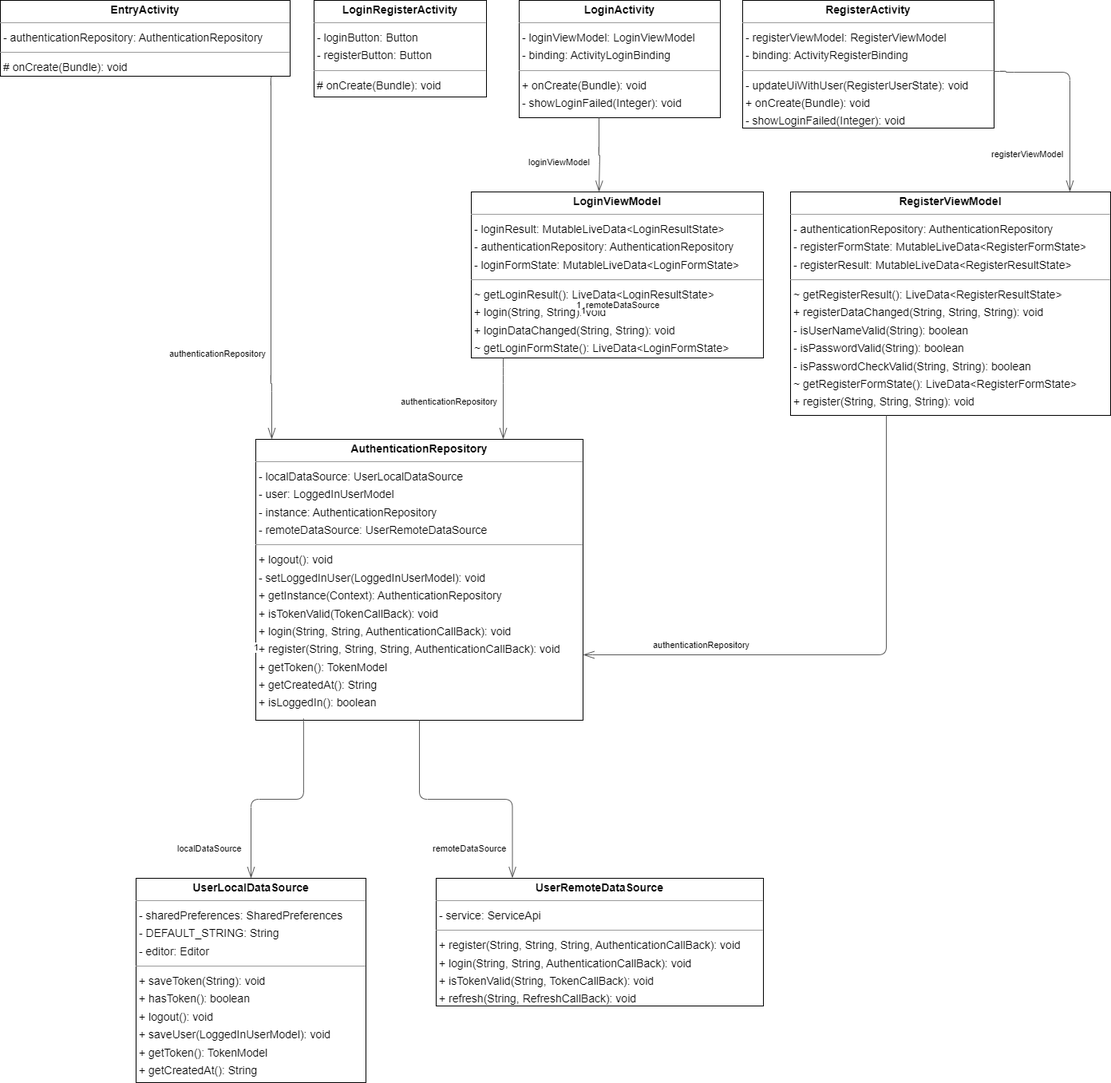
snuhcs-course/swpp-2023-project-team-18 keeps this draw.io diagram as docs/images/LoginRegisterView (4).drawio.png. Above is the earlier version. Source tidied: cells renumbered, new cells last; positions are measured from the earlier drawing's top-left corner, leaving out a move shared by most shapes. The source it was exported from:
```xml
<mxGraphModel>
  <root>
    <mxCell id="0" />
    <mxCell id="1" parent="0" />
    <mxCell id="2" value="&lt;p style=&quot;margin:0px;margin-top:4px;text-align:center;&quot;&gt;&lt;b&gt;AuthenticationRepository&lt;/b&gt;&lt;/p&gt;&lt;hr size=&quot;1&quot;/&gt;&lt;p style=&quot;margin:0 0 0 4px;line-height:1.6;&quot;&gt;- localDataSource: UserLocalDataSource&lt;br/&gt;- user: LoggedInUserModel&lt;br/&gt;- instance: AuthenticationRepository&lt;br/&gt;- remoteDataSource: UserRemoteDataSource&lt;/p&gt;&lt;hr size=&quot;1&quot;/&gt;&lt;p style=&quot;margin:0 0 0 4px;line-height:1.6;&quot;&gt;+ logout(): void&lt;br/&gt;- setLoggedInUser(LoggedInUserModel): void&lt;br/&gt;+ getInstance(Context): AuthenticationRepository&lt;br/&gt;+ isTokenValid(TokenCallBack): void&lt;br/&gt;+ login(String, String, AuthenticationCallBack): void&lt;br/&gt;+ register(String, String, String, AuthenticationCallBack): void&lt;br/&gt;+ getToken(): TokenModel&lt;br/&gt;+ getCreatedAt(): String&lt;br/&gt;+ isLoggedIn(): boolean&lt;/p&gt;" style="verticalAlign=top;align=left;overflow=fill;fontSize=14;fontFamily=Helvetica;html=1;rounded=0;shadow=0;comic=0;labelBackgroundColor=none;strokeWidth=1;" parent="1" vertex="1">
      <mxGeometry x="320" y="550" width="410" height="352" as="geometry" />
    </mxCell>
    <mxCell id="3" value="&lt;p style=&quot;margin:0px;margin-top:4px;text-align:center;&quot;&gt;&lt;b&gt;EntryActivity&lt;/b&gt;&lt;/p&gt;&lt;hr size=&quot;1&quot;/&gt;&lt;p style=&quot;margin:0 0 0 4px;line-height:1.6;&quot;&gt;- authenticationRepository: AuthenticationRepository&lt;/p&gt;&lt;hr size=&quot;1&quot;/&gt;&lt;p style=&quot;margin:0 0 0 4px;line-height:1.6;&quot;&gt;# onCreate(Bundle): void&lt;/p&gt;" style="verticalAlign=top;align=left;overflow=fill;fontSize=14;fontFamily=Helvetica;html=1;rounded=0;shadow=0;comic=0;labelBackgroundColor=none;strokeWidth=1;" parent="1" vertex="1">
      <mxGeometry width="363" height="95" as="geometry" />
    </mxCell>
    <mxCell id="4" value="&lt;p style=&quot;margin:0px;margin-top:4px;text-align:center;&quot;&gt;&lt;b&gt;LoginActivity&lt;/b&gt;&lt;/p&gt;&lt;hr size=&quot;1&quot;/&gt;&lt;p style=&quot;margin:0 0 0 4px;line-height:1.6;&quot;&gt;- loginViewModel: LoginViewModel&lt;br/&gt;- binding: ActivityLoginBinding&lt;/p&gt;&lt;hr size=&quot;1&quot;/&gt;&lt;p style=&quot;margin:0 0 0 4px;line-height:1.6;&quot;&gt;+ onCreate(Bundle): void&lt;br/&gt;- showLoginFailed(Integer): void&lt;/p&gt;" style="verticalAlign=top;align=left;overflow=fill;fontSize=14;fontFamily=Helvetica;html=1;rounded=0;shadow=0;comic=0;labelBackgroundColor=none;strokeWidth=1;" parent="1" vertex="1">
      <mxGeometry x="650" width="252" height="147" as="geometry" />
    </mxCell>
    <mxCell id="5" value="&lt;p style=&quot;margin:0px;margin-top:4px;text-align:center;&quot;&gt;&lt;b&gt;LoginRegisterActivity&lt;/b&gt;&lt;/p&gt;&lt;hr size=&quot;1&quot;/&gt;&lt;p style=&quot;margin:0 0 0 4px;line-height:1.6;&quot;&gt;- loginButton: Button&lt;br/&gt;- registerButton: Button&lt;/p&gt;&lt;hr size=&quot;1&quot;/&gt;&lt;p style=&quot;margin:0 0 0 4px;line-height:1.6;&quot;&gt;# onCreate(Bundle): void&lt;/p&gt;" style="verticalAlign=top;align=left;overflow=fill;fontSize=14;fontFamily=Helvetica;html=1;rounded=0;shadow=0;comic=0;labelBackgroundColor=none;strokeWidth=1;" parent="1" vertex="1">
      <mxGeometry x="393" width="216" height="121" as="geometry" />
    </mxCell>
    <mxCell id="6" value="&lt;p style=&quot;margin:0px;margin-top:4px;text-align:center;&quot;&gt;&lt;b&gt;LoginViewModel&lt;/b&gt;&lt;/p&gt;&lt;hr size=&quot;1&quot;/&gt;&lt;p style=&quot;margin:0 0 0 4px;line-height:1.6;&quot;&gt;- loginResult: MutableLiveData&amp;lt;LoginResultState&amp;gt;&lt;br/&gt;- authenticationRepository: AuthenticationRepository&lt;br/&gt;- loginFormState: MutableLiveData&amp;lt;LoginFormState&amp;gt;&lt;/p&gt;&lt;hr size=&quot;1&quot;/&gt;&lt;p style=&quot;margin:0 0 0 4px;line-height:1.6;&quot;&gt;~ getLoginResult(): LiveData&amp;lt;LoginResultState&amp;gt;&lt;br/&gt;+ login(String, String): void&lt;br/&gt;+ loginDataChanged(String, String): void&lt;br/&gt;~ getLoginFormState(): LiveData&amp;lt;LoginFormState&amp;gt;&lt;/p&gt;" style="verticalAlign=top;align=left;overflow=fill;fontSize=14;fontFamily=Helvetica;html=1;rounded=0;shadow=0;comic=0;labelBackgroundColor=none;strokeWidth=1;" parent="1" vertex="1">
      <mxGeometry x="590" y="240" width="366" height="208" as="geometry" />
    </mxCell>
    <mxCell id="7" value="&lt;p style=&quot;margin:0px;margin-top:4px;text-align:center;&quot;&gt;&lt;b&gt;RegisterActivity&lt;/b&gt;&lt;/p&gt;&lt;hr size=&quot;1&quot;/&gt;&lt;p style=&quot;margin:0 0 0 4px;line-height:1.6;&quot;&gt;- registerViewModel: RegisterViewModel&lt;br/&gt;- binding: ActivityRegisterBinding&lt;/p&gt;&lt;hr size=&quot;1&quot;/&gt;&lt;p style=&quot;margin:0 0 0 4px;line-height:1.6;&quot;&gt;- updateUiWithUser(RegisterUserState): void&lt;br/&gt;+ onCreate(Bundle): void&lt;br/&gt;- showLoginFailed(Integer): void&lt;/p&gt;" style="verticalAlign=top;align=left;overflow=fill;fontSize=14;fontFamily=Helvetica;html=1;rounded=0;shadow=0;comic=0;labelBackgroundColor=none;strokeWidth=1;" parent="1" vertex="1">
      <mxGeometry x="930" width="315" height="160" as="geometry" />
    </mxCell>
    <mxCell id="8" value="&lt;p style=&quot;margin:0px;margin-top:4px;text-align:center;&quot;&gt;&lt;b&gt;RegisterViewModel&lt;/b&gt;&lt;/p&gt;&lt;hr size=&quot;1&quot;/&gt;&lt;p style=&quot;margin:0 0 0 4px;line-height:1.6;&quot;&gt;- authenticationRepository: AuthenticationRepository&lt;br/&gt;- registerFormState: MutableLiveData&amp;lt;RegisterFormState&amp;gt;&lt;br/&gt;- registerResult: MutableLiveData&amp;lt;RegisterResultState&amp;gt;&lt;/p&gt;&lt;hr size=&quot;1&quot;/&gt;&lt;p style=&quot;margin:0 0 0 4px;line-height:1.6;&quot;&gt;~ getRegisterResult(): LiveData&amp;lt;RegisterResultState&amp;gt;&lt;br/&gt;+ registerDataChanged(String, String, String): void&lt;br/&gt;- isUserNameValid(String): boolean&lt;br/&gt;- isPasswordValid(String): boolean&lt;br/&gt;- isPasswordCheckValid(String, String): boolean&lt;br/&gt;~ getRegisterFormState(): LiveData&amp;lt;RegisterFormState&amp;gt;&lt;br/&gt;+ register(String, String, String): void&lt;/p&gt;" style="verticalAlign=top;align=left;overflow=fill;fontSize=14;fontFamily=Helvetica;html=1;rounded=0;shadow=0;comic=0;labelBackgroundColor=none;strokeWidth=1;" parent="1" vertex="1">
      <mxGeometry x="990" y="240" width="401" height="280" as="geometry" />
    </mxCell>
    <mxCell id="9" value="&lt;p style=&quot;margin:0px;margin-top:4px;text-align:center;&quot;&gt;&lt;b&gt;UserLocalDataSource&lt;/b&gt;&lt;/p&gt;&lt;hr size=&quot;1&quot;/&gt;&lt;p style=&quot;margin:0 0 0 4px;line-height:1.6;&quot;&gt;- sharedPreferences: SharedPreferences&lt;br/&gt;- DEFAULT_STRING: String&lt;br/&gt;- editor: Editor&lt;/p&gt;&lt;hr size=&quot;1&quot;/&gt;&lt;p style=&quot;margin:0 0 0 4px;line-height:1.6;&quot;&gt;+ saveToken(String): void&lt;br/&gt;+ hasToken(): boolean&lt;br/&gt;+ logout(): void&lt;br/&gt;+ saveUser(LoggedInUserModel): void&lt;br/&gt;+ getToken(): TokenModel&lt;br/&gt;+ getCreatedAt(): String&lt;/p&gt;" style="verticalAlign=top;align=left;overflow=fill;fontSize=14;fontFamily=Helvetica;html=1;rounded=0;shadow=0;comic=0;labelBackgroundColor=none;strokeWidth=1;" parent="1" vertex="1">
      <mxGeometry x="170" y="1100" width="288" height="256" as="geometry" />
    </mxCell>
    <mxCell id="10" value="&lt;p style=&quot;margin:0px;margin-top:4px;text-align:center;&quot;&gt;&lt;b&gt;UserRemoteDataSource&lt;/b&gt;&lt;/p&gt;&lt;hr size=&quot;1&quot;/&gt;&lt;p style=&quot;margin:0 0 0 4px;line-height:1.6;&quot;&gt;- service: ServiceApi&lt;/p&gt;&lt;hr size=&quot;1&quot;/&gt;&lt;p style=&quot;margin:0 0 0 4px;line-height:1.6;&quot;&gt;+ register(String, String, String, AuthenticationCallBack): void&lt;br/&gt;+ login(String, String, AuthenticationCallBack): void&lt;br/&gt;+ isTokenValid(String, TokenCallBack): void&lt;br/&gt;+ refresh(String, RefreshCallBack): void&lt;/p&gt;" style="verticalAlign=top;align=left;overflow=fill;fontSize=14;fontFamily=Helvetica;html=1;rounded=0;shadow=0;comic=0;labelBackgroundColor=none;strokeWidth=1;" parent="1" vertex="1">
      <mxGeometry x="546" y="1100" width="410" height="160" as="geometry" />
    </mxCell>
    <mxCell id="11" style="html=1;rounded=1;edgeStyle=orthogonalEdgeStyle;dashed=0;startArrow=diamondThinstartSize=12;endArrow=openThin;endSize=12;strokeColor=#595959;exitX=0.146;exitY=0.994;exitDx=0;exitDy=0;exitPerimeter=0;" parent="1" edge="1" source="2" target="9">
      <mxGeometry relative="1" as="geometry" />
    </mxCell>
    <mxCell id="12" value="localDataSource" style="edgeLabel;html=1;align=left;verticalAlign=top;strokeColor=default;" parent="11" vertex="1">
      <mxGeometry x="280" y="880" as="geometry" />
    </mxCell>
    <mxCell id="13" style="html=1;rounded=1;edgeStyle=orthogonalEdgeStyle;dashed=0;startArrow=diamondThinstartSize=12;endArrow=openThin;endSize=12;strokeColor=#595959;entryX=0.233;entryY=-0.002;entryDx=0;entryDy=0;entryPerimeter=0;" parent="1" edge="1" source="2" target="10">
      <mxGeometry relative="1" as="geometry" />
    </mxCell>
    <mxCell id="14" value="1" style="edgeLabel;html=1;align=left;verticalAlign=top;strokeColor=default;" parent="13" vertex="1">
      <mxGeometry x="786" y="206" as="geometry" />
    </mxCell>
    <mxCell id="15" value="1" style="edgeLabel;html=1;align=left;verticalAlign=top;strokeColor=default;" parent="13" vertex="1">
      <mxGeometry x="780" y="199" as="geometry" />
    </mxCell>
    <mxCell id="16" value="remoteDataSource" style="edgeLabel;html=1;align=left;verticalAlign=top;strokeColor=default;" parent="13" vertex="1">
      <mxGeometry x="792" y="199" as="geometry" />
    </mxCell>
    <mxCell id="17" style="html=1;rounded=1;edgeStyle=orthogonalEdgeStyle;dashed=0;startArrow=diamondThinstartSize=12;endArrow=openThin;endSize=12;strokeColor=#595959;exitX=0.938;exitY=1.014;exitDx=0;exitDy=0;exitPerimeter=0;" parent="1" edge="1" source="3" target="2">
      <mxGeometry relative="1" as="geometry">
        <Array as="points">
          <mxPoint x="339" y="96" />
          <mxPoint x="339" y="480" />
          <mxPoint x="340" y="480" />
        </Array>
      </mxGeometry>
    </mxCell>
    <mxCell id="18" value="authenticationRepository" style="edgeLabel;html=1;align=left;verticalAlign=top;strokeColor=default;" parent="17" vertex="1">
      <mxGeometry x="560" y="320" as="geometry" />
    </mxCell>
    <mxCell id="19" style="html=1;rounded=1;edgeStyle=orthogonalEdgeStyle;dashed=0;startArrow=diamondThinstartSize=12;endArrow=openThin;endSize=12;strokeColor=#595959;" parent="1" edge="1" source="4">
      <mxGeometry relative="1" as="geometry">
        <mxPoint x="750" y="240" as="targetPoint" />
        <Array as="points">
          <mxPoint x="750" y="194" />
          <mxPoint x="751" y="194" />
        </Array>
      </mxGeometry>
    </mxCell>
    <mxCell id="20" value="loginViewModel" style="edgeLabel;html=1;align=left;verticalAlign=top;strokeColor=default;" parent="19" vertex="1">
      <mxGeometry x="720" y="20" as="geometry" />
    </mxCell>
    <mxCell id="21" style="html=1;rounded=1;edgeStyle=orthogonalEdgeStyle;dashed=0;startArrow=diamondThinstartSize=12;endArrow=openThin;endSize=12;strokeColor=#595959;entryX=0.615;entryY=1.007;entryDx=0;entryDy=0;entryPerimeter=0;" parent="1" edge="1" source="6" target="2">
      <mxGeometry relative="1" as="geometry">
        <Array as="points">
          <mxPoint x="630" y="470" />
          <mxPoint x="630" y="470" />
        </Array>
      </mxGeometry>
    </mxCell>
    <mxCell id="22" value="1" style="edgeLabel;html=1;align=left;verticalAlign=top;strokeColor=default;" parent="21" vertex="1">
      <mxGeometry x="376" y="628" as="geometry" />
    </mxCell>
    <mxCell id="23" value="authenticationRepository" style="edgeLabel;html=1;align=left;verticalAlign=top;strokeColor=default;" parent="21" vertex="1">
      <mxGeometry x="270" y="260" as="geometry" />
    </mxCell>
    <mxCell id="24" style="html=1;rounded=1;edgeStyle=orthogonalEdgeStyle;dashed=0;startArrow=diamondThinstartSize=12;endArrow=openThin;endSize=12;strokeColor=#595959;exitX=0.998;exitY=0.556;exitDx=0;exitDy=0;exitPerimeter=0;" parent="1" edge="1" source="7" target="8">
      <mxGeometry relative="1" as="geometry">
        <Array as="points">
          <mxPoint x="1260" y="89" />
          <mxPoint x="1260" y="90" />
          <mxPoint x="1340" y="90" />
        </Array>
      </mxGeometry>
    </mxCell>
    <mxCell id="25" value="registerViewModel" style="edgeLabel;html=1;align=left;verticalAlign=top;strokeColor=default;" parent="24" vertex="1">
      <mxGeometry x="1300" y="10" as="geometry" />
    </mxCell>
    <mxCell id="26" style="html=1;rounded=1;edgeStyle=orthogonalEdgeStyle;dashed=0;startArrow=diamondThinstartSize=12;endArrow=openThin;endSize=12;strokeColor=#595959;exitX=0.000;exitY=0.396;exitDx=0;exitDy=0;" parent="1" edge="1">
      <mxGeometry relative="1" as="geometry">
        <mxPoint x="1110" y="520" as="sourcePoint" />
        <mxPoint x="730" y="820" as="targetPoint" />
        <Array as="points">
          <mxPoint x="1110" y="820" />
          <mxPoint x="732" y="820" />
        </Array>
      </mxGeometry>
    </mxCell>
    <mxCell id="27" value="1" style="edgeLabel;html=1;align=left;verticalAlign=top;strokeColor=default;" parent="26" vertex="1">
      <mxGeometry x="955" y="628" as="geometry" />
    </mxCell>
    <mxCell id="28" value="authenticationRepository" style="edgeLabel;html=1;align=left;verticalAlign=top;strokeColor=default;" parent="26" vertex="1">
      <mxGeometry x="876" y="625" as="geometry" />
    </mxCell>
    <mxCell id="29" value="remoteDataSource" style="edgeLabel;html=1;align=left;verticalAlign=top;strokeColor=default;" parent="1" vertex="1">
      <mxGeometry x="540" y="1050" as="geometry" />
    </mxCell>
  </root>
</mxGraphModel>
```
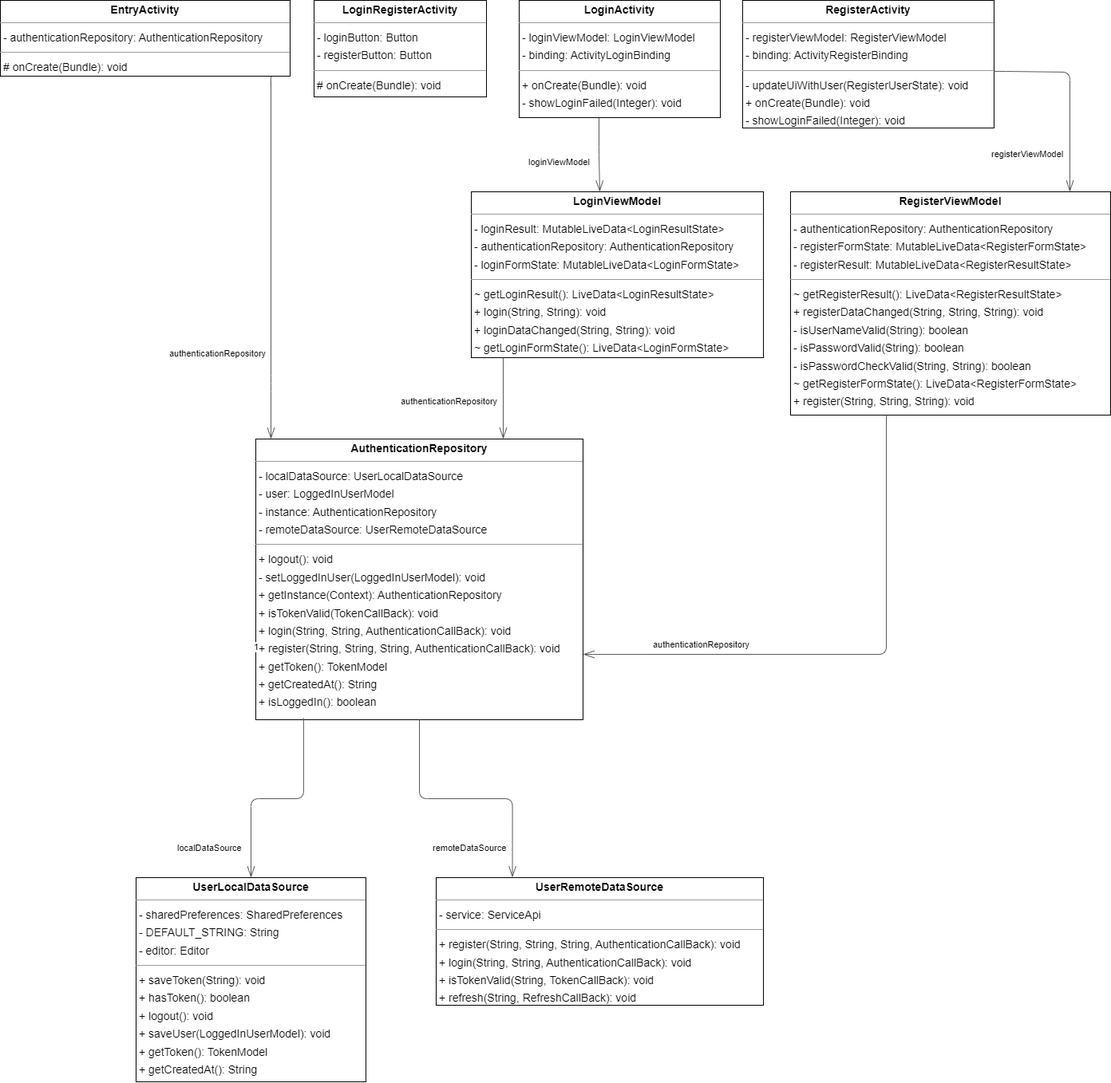
The same diagram one commit later.

Commit message:
chore: Remove unused lines and texts in diagrams

Diff of the diagram source:
```diff
@@ -38,15 +38,6 @@
     <mxCell id="13" style="html=1;rounded=1;edgeStyle=orthogonalEdgeStyle;dashed=0;startArrow=diamondThinstartSize=12;endArrow=openThin;endSize=12;strokeColor=#595959;entryX=0.233;entryY=-0.002;entryDx=0;entryDy=0;entryPerimeter=0;" parent="1" edge="1" source="2" target="10">
       <mxGeometry relative="1" as="geometry" />
     </mxCell>
-    <mxCell id="14" value="1" style="edgeLabel;html=1;align=left;verticalAlign=top;strokeColor=default;" parent="13" vertex="1">
-      <mxGeometry x="786" y="206" as="geometry" />
-    </mxCell>
-    <mxCell id="15" value="1" style="edgeLabel;html=1;align=left;verticalAlign=top;strokeColor=default;" parent="13" vertex="1">
-      <mxGeometry x="780" y="199" as="geometry" />
-    </mxCell>
-    <mxCell id="16" value="remoteDataSource" style="edgeLabel;html=1;align=left;verticalAlign=top;strokeColor=default;" parent="13" vertex="1">
-      <mxGeometry x="792" y="199" as="geometry" />
-    </mxCell>
     <mxCell id="17" style="html=1;rounded=1;edgeStyle=orthogonalEdgeStyle;dashed=0;startArrow=diamondThinstartSize=12;endArrow=openThin;endSize=12;strokeColor=#595959;exitX=0.938;exitY=1.014;exitDx=0;exitDy=0;exitPerimeter=0;" parent="1" edge="1" source="3" target="2">
       <mxGeometry relative="1" as="geometry">
         <Array as="points">
@@ -71,11 +62,11 @@
     <mxCell id="20" value="loginViewModel" style="edgeLabel;html=1;align=left;verticalAlign=top;strokeColor=default;" parent="19" vertex="1">
       <mxGeometry x="720" y="20" as="geometry" />
     </mxCell>
-    <mxCell id="21" style="html=1;rounded=1;edgeStyle=orthogonalEdgeStyle;dashed=0;startArrow=diamondThinstartSize=12;endArrow=openThin;endSize=12;strokeColor=#595959;entryX=0.615;entryY=1.007;entryDx=0;entryDy=0;entryPerimeter=0;" parent="1" edge="1" source="6" target="2">
+    <mxCell id="21" style="html=1;rounded=1;edgeStyle=orthogonalEdgeStyle;dashed=0;startArrow=diamondThinstartSize=12;endArrow=openThin;endSize=12;strokeColor=#595959;" parent="1" edge="1" source="6">
       <mxGeometry relative="1" as="geometry">
+        <mxPoint x="630" y="550" as="targetPoint" />
         <Array as="points">
-          <mxPoint x="630" y="470" />
-          <mxPoint x="630" y="470" />
+          <mxPoint x="630" y="550" />
         </Array>
       </mxGeometry>
     </mxCell>
```
